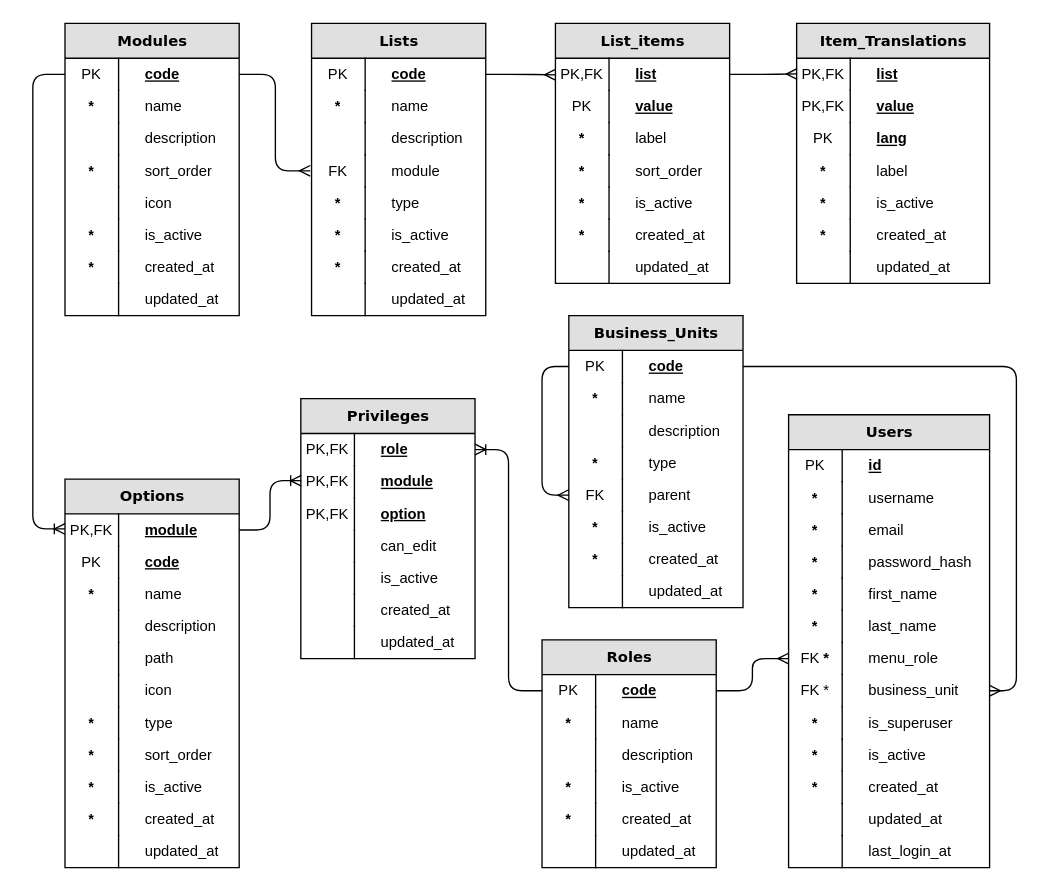
Before: page "admin" (2 of 7) of docs/models.drawio in abc-flex/synapxia, a draw.io diagram. Source tidied: cells renumbered, new cells numbered last; positions are measured from the earlier drawing's top-left corner, leaving out a move shared by most shapes. Both pictures are drawn from the tidied source at 134%, with x=0, y=0 at pixel (32, 23).
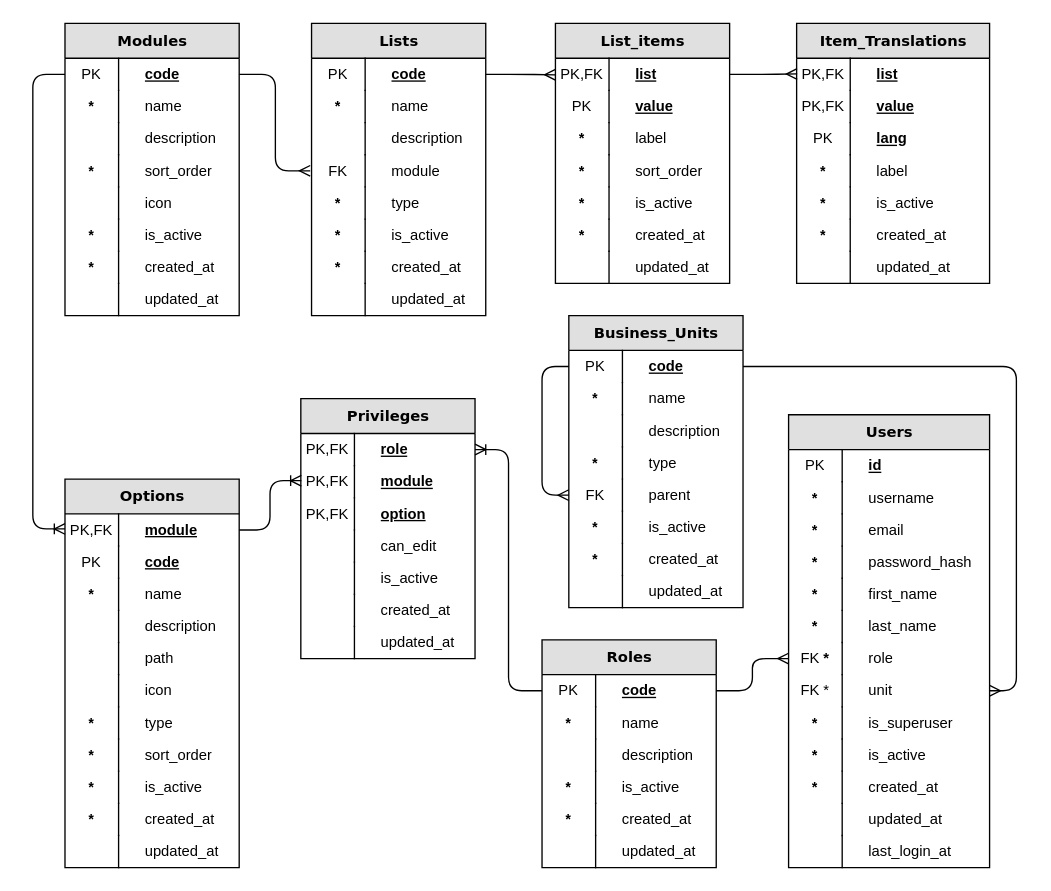
The same diagram, later.

Unchanged cells that the change refers to:
```xml
<mxCell id="64" value="&lt;font&gt;Users&lt;/font&gt;" style="swimlane;html=1;fontStyle=1;horizontal=1;startSize=26;fillColor=#e0e0e0;swimlaneFillColor=#ffffff;align=center;rounded=0;shadow=0;comic=0;labelBackgroundColor=none;strokeWidth=1;fontFamily=Verdana;fontSize=11;spacing=0;" parent="1" vertex="1">
  <mxGeometry x="564" y="292" width="150" height="338" as="geometry" />
</mxCell>
```

What changed in the source:
```diff
@@
-    <mxCell id="77" value="menu_role" style="shape=partialRectangle;top=0;left=0;right=0;bottom=0;html=1;align=left;verticalAlign=middle;fillColor=none;spacingLeft=60;spacingRight=4;whiteSpace=wrap;overflow=hidden;fontStyle=0;fontSize=11;spacing=0;" parent="64" vertex="1">
+    <mxCell id="77" value="role" style="shape=partialRectangle;top=0;left=0;right=0;bottom=0;html=1;align=left;verticalAlign=middle;fillColor=none;spacingLeft=60;spacingRight=4;whiteSpace=wrap;overflow=hidden;fontStyle=0;fontSize=11;spacing=0;" parent="64" vertex="1">
       <mxGeometry y="170" width="150" height="24" as="geometry" />
     </mxCell>
@@
-    <mxCell id="79" value="business_unit" style="shape=partialRectangle;top=0;left=0;right=0;bottom=0;html=1;align=left;verticalAlign=middle;fillColor=none;spacingLeft=60;spacingRight=4;whiteSpace=wrap;overflow=hidden;points=[[0,0.5],[1,0.5]];portConstraint=eastwest;fontStyle=0;fontSize=11;spacing=0;" parent="64" vertex="1">
+    <mxCell id="79" value="unit" style="shape=partialRectangle;top=0;left=0;right=0;bottom=0;html=1;align=left;verticalAlign=middle;fillColor=none;spacingLeft=60;spacingRight=4;whiteSpace=wrap;overflow=hidden;points=[[0,0.5],[1,0.5]];portConstraint=eastwest;fontStyle=0;fontSize=11;spacing=0;" parent="64" vertex="1">
       <mxGeometry y="194" width="150" height="24" as="geometry" />
     </mxCell>
```
